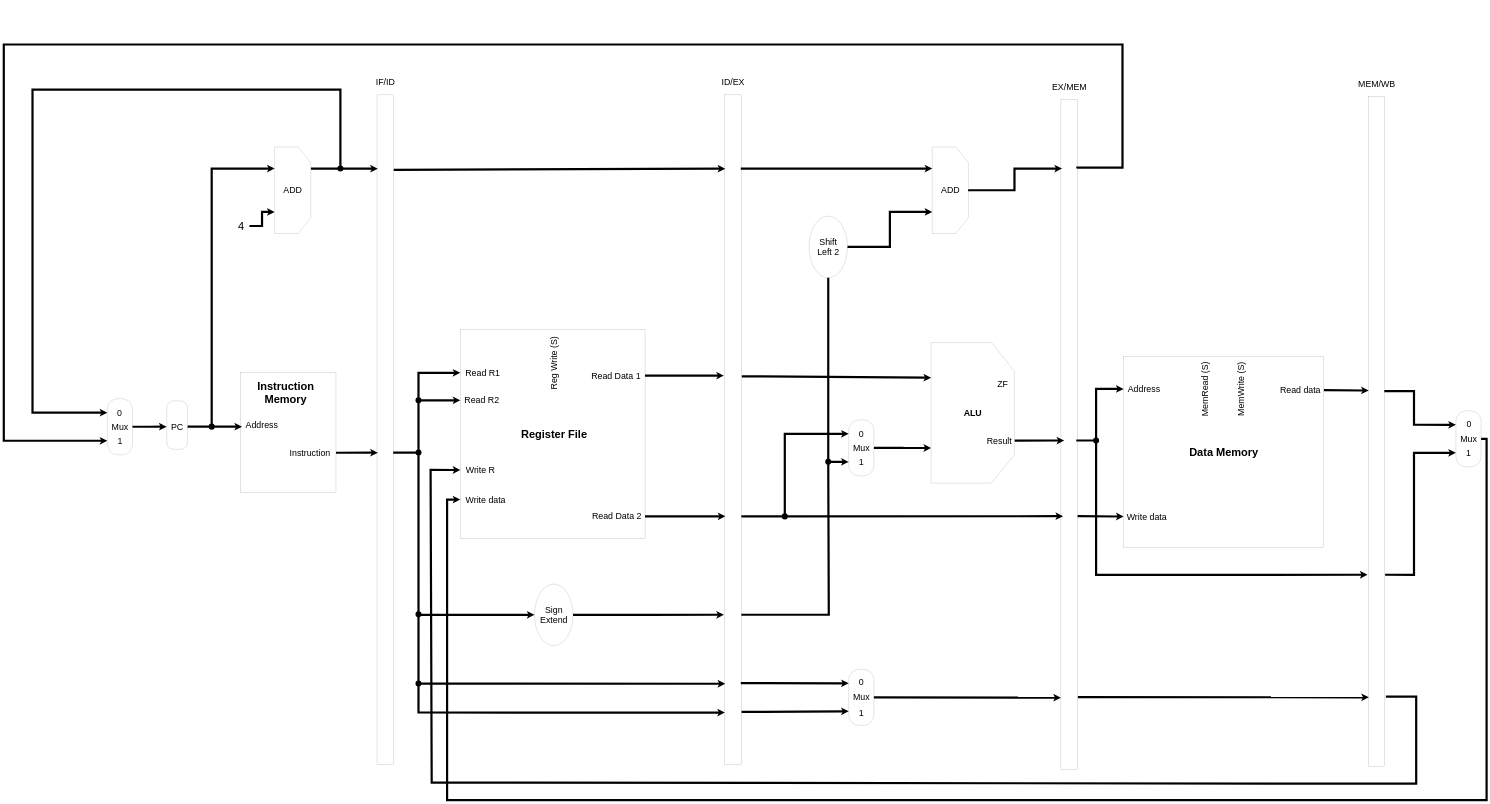
This is Diagram.drawio from Import3r/custom_pipelined_processor, a draw.io file, before an edit. Source tidied: cells renumbered, new cells numbered last; positions are measured from the earlier drawing's top-left corner, leaving out a move shared by most shapes. Both pictures are drawn from the tidied source at 11%, with x=0, y=0 at pixel (4, 30).
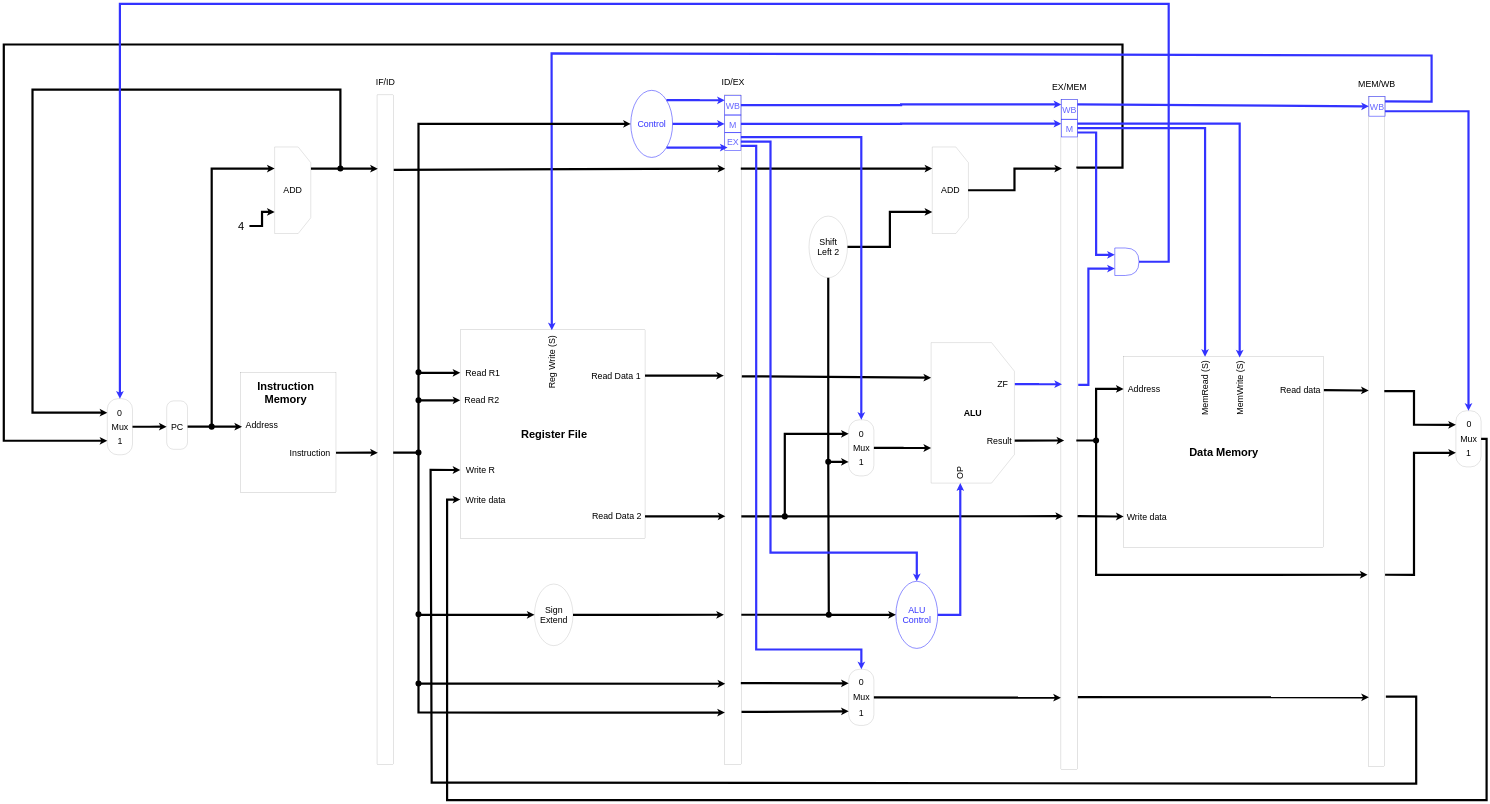
After the change.

Commit message:
Add control units with wiring - no labels

The change refers to these unchanged cells:
```xml
<mxCell id="21" style="group;fontSize=80;" parent="1" vertex="1">
  <mxGeometry x="6489.9" width="278.4" height="6678.3" as="geometry" />
</mxCell>
<mxCell id="27" style="group;fontSize=80;" parent="1" vertex="1">
  <mxGeometry x="9547.8" y="41.7" width="278.4" height="6678.3" as="geometry" />
</mxCell>
<mxCell id="28" style="rounded=0;whiteSpace=wrap;html=1;fontSize=80;" parent="27" vertex="1">
  <mxGeometry x="62.9" y="588.8" width="151" height="6089.5" as="geometry" />
</mxCell>
<mxCell id="30" style="group;fontSize=80;" parent="1" vertex="1">
  <mxGeometry x="12341.6" y="13.9" width="278.4" height="6678.3" as="geometry" />
</mxCell>
<mxCell id="34" style="rounded=1;whiteSpace=wrap;html=1;arcSize=42;fontSize=80;" parent="33" vertex="1">
  <mxGeometry x="11" y="-40" width="229" height="510" as="geometry" />
</mxCell>
<mxCell id="39" style="rounded=1;whiteSpace=wrap;html=1;arcSize=42;fontSize=80;" parent="38" vertex="1">
  <mxGeometry x="11" y="-40" width="229" height="510" as="geometry" />
</mxCell>
<mxCell id="44" style="rounded=1;whiteSpace=wrap;html=1;arcSize=42;fontSize=80;" parent="43" vertex="1">
  <mxGeometry x="11" y="-40" width="229" height="510" as="geometry" />
</mxCell>
<mxCell id="49" style="rounded=1;whiteSpace=wrap;html=1;arcSize=42;fontSize=80;" parent="48" vertex="1">
  <mxGeometry x="11" y="-40" width="229" height="510" as="geometry" />
</mxCell>
<mxCell id="67" style="group;fontSize=80;fillColor=none;" parent="1" vertex="1">
  <mxGeometry x="4150" y="2725" width="1679.3" height="1899.4" as="geometry" />
</mxCell>
<mxCell id="79" style="group;" parent="1" vertex="1">
  <mxGeometry x="10180" y="2970" width="1820.7" height="1731.4" as="geometry" />
</mxCell>
<mxCell id="89" style="group;" parent="1" vertex="1">
  <mxGeometry x="8430" y="2840" width="761.3" height="1277.5" as="geometry" />
</mxCell>
<mxCell id="92" value="&lt;font style=&quot;font-size: 80px;&quot;&gt;ZF&lt;br style=&quot;font-size: 80px;&quot;&gt;&lt;/font&gt;" style="text;html=1;strokeColor=none;fillColor=none;align=center;verticalAlign=middle;whiteSpace=wrap;rounded=0;fontStyle=0;fontSize=80;" parent="89" vertex="1">
  <mxGeometry x="540" y="289.9" width="221.3" height="174.7" as="geometry" />
</mxCell>
```

Change to the diagram source:
```diff
@@
+    <mxCell id="118" style="group;" parent="21" vertex="1">
+      <mxGeometry x="64.2" y="610" width="150.1" height="482.3" as="geometry" />
+    </mxCell>
+    <mxCell id="119" value="&lt;font style=&quot;font-size: 80px&quot;&gt;WB&lt;/font&gt;" style="rounded=0;whiteSpace=wrap;html=1;strokeColor=#3333FF;strokeWidth=5;fillColor=none;fontSize=100;fontColor=#6666FF;" parent="118" vertex="1">
+      <mxGeometry y="-17.7" width="147.1" height="178.8" as="geometry" />
+    </mxCell>
+    <mxCell id="120" value="&lt;font style=&quot;font-size: 80px&quot;&gt;M&lt;/font&gt;" style="rounded=0;whiteSpace=wrap;html=1;strokeColor=#3333FF;strokeWidth=5;fillColor=none;fontSize=100;fontColor=#6666FF;" parent="118" vertex="1">
+      <mxGeometry y="161.1" width="147.1" height="161.2" as="geometry" />
+    </mxCell>
+    <mxCell id="121" value="&lt;font style=&quot;font-size: 80px&quot;&gt;EX&lt;/font&gt;" style="rounded=0;whiteSpace=wrap;html=1;strokeColor=#3333FF;strokeWidth=5;fillColor=none;fontSize=100;fontColor=#6666FF;" parent="118" vertex="1">
+      <mxGeometry y="322.3" width="147.1" height="160" as="geometry" />
+    </mxCell>
@@
+    <mxCell id="122" style="group;" parent="27" vertex="1">
+      <mxGeometry x="65.7" y="588.8" width="147.1" height="340" as="geometry" />
+    </mxCell>
+    <mxCell id="123" value="&lt;font style=&quot;font-size: 80px&quot;&gt;WB&lt;/font&gt;" style="rounded=0;whiteSpace=wrap;html=1;strokeColor=#3333FF;strokeWidth=5;fillColor=none;fontSize=100;fontColor=#6666FF;" parent="122" vertex="1">
+      <mxGeometry width="147.1" height="178.8" as="geometry" />
+    </mxCell>
+    <mxCell id="124" value="&lt;font style=&quot;font-size: 80px&quot;&gt;M&lt;/font&gt;" style="rounded=0;whiteSpace=wrap;html=1;strokeColor=#3333FF;strokeWidth=5;fillColor=none;fontSize=100;fontColor=#6666FF;" parent="122" vertex="1">
+      <mxGeometry y="178.8" width="147.1" height="161.2" as="geometry" />
+    </mxCell>
@@
+    <mxCell id="125" value="&lt;font style=&quot;font-size: 80px&quot;&gt;WB&lt;/font&gt;" style="rounded=0;whiteSpace=wrap;html=1;strokeColor=#3333FF;strokeWidth=5;fillColor=none;fontSize=100;fontColor=#6666FF;" parent="30" vertex="1">
+      <mxGeometry x="68.4" y="588.8" width="147.1" height="178.8" as="geometry" />
+    </mxCell>
@@
     <mxCell id="76" value="&lt;font style=&quot;font-size: 80px;&quot;&gt;Reg Write (S)&lt;br style=&quot;font-size: 80px;&quot;&gt;&lt;/font&gt;" style="text;html=1;strokeColor=none;fillColor=none;align=center;verticalAlign=middle;whiteSpace=wrap;rounded=0;rotation=-90;fontSize=80;" parent="67" vertex="1">
-      <mxGeometry x="590" y="229.8" width="524.3" height="140" as="geometry" />
+      <mxGeometry x="545" y="220" width="574.3" height="140" as="geometry" />
     </mxCell>
@@
     <mxCell id="85" value="&lt;font style=&quot;font-size: 80px&quot;&gt;MemWrite (S)&lt;br style=&quot;font-size: 80px&quot;&gt;&lt;/font&gt;" style="text;html=1;strokeColor=none;fillColor=none;align=center;verticalAlign=middle;whiteSpace=wrap;rounded=0;fontStyle=0;fontSize=80;rotation=-90;" parent="79" vertex="1">
-      <mxGeometry x="820.7" y="201.4" width="500" height="180" as="geometry" />
+      <mxGeometry x="780" y="190" width="550.7" height="180" as="geometry" />
     </mxCell>
     <mxCell id="86" value="&lt;font style=&quot;font-size: 80px&quot;&gt;MemRead (S)&lt;br style=&quot;font-size: 80px&quot;&gt;&lt;/font&gt;" style="text;html=1;strokeColor=none;fillColor=none;align=center;verticalAlign=middle;whiteSpace=wrap;rounded=0;fontStyle=0;fontSize=80;rotation=-90;" parent="79" vertex="1">
-      <mxGeometry x="480.7" y="201.4" width="520" height="180" as="geometry" />
+      <mxGeometry x="460.4" y="190" width="560.7" height="180" as="geometry" />
     </mxCell>
@@
+    <mxCell id="126" value="&lt;font style=&quot;font-size: 80px&quot;&gt;OP&lt;br style=&quot;font-size: 80px&quot;&gt;&lt;/font&gt;" style="text;html=1;strokeColor=none;fillColor=none;align=center;verticalAlign=middle;whiteSpace=wrap;rounded=0;fontStyle=0;fontSize=80;rotation=-90;" parent="89" vertex="1">
+      <mxGeometry x="170" y="1094.7" width="190.6" height="174.7" as="geometry" />
+    </mxCell>
@@
+    <mxCell id="127" style="endArrow=classic;html=1;strokeWidth=20;fontSize=100;strokeColor=#3333FF;exitX=1;exitY=0.25;exitDx=0;exitDy=0;rounded=0;" parent="1" edge="1" source="125" target="76">
+      <mxGeometry relative="1" as="geometry">
+        <Array as="points">
+          <mxPoint x="12980" y="650" />
+          <mxPoint x="12980" y="230" />
+          <mxPoint x="4980" y="210" />
+        </Array>
+      </mxGeometry>
+    </mxCell>
+    <mxCell id="128" style="group;" parent="1" vertex="1">
+      <mxGeometry x="5700" y="546.7" width="380" height="610" as="geometry" />
+    </mxCell>
+    <mxCell id="129" style="ellipse;whiteSpace=wrap;html=1;fillColor=none;fontSize=100;strokeColor=#3333FF;strokeWidth=5;" parent="128" vertex="1">
+      <mxGeometry width="380" height="610" as="geometry" />
+    </mxCell>
+    <mxCell id="130" value="&lt;font style=&quot;font-size: 80px&quot;&gt;Control&lt;br style=&quot;font-size: 80px&quot;&gt;&lt;/font&gt;" style="text;html=1;align=center;verticalAlign=middle;whiteSpace=wrap;rounded=0;fontSize=80;fontColor=#3333FF;" parent="128" vertex="1">
+      <mxGeometry x="79.4" y="217.6" width="221.3" height="174.7" as="geometry" />
+    </mxCell>
+    <mxCell id="131" style="group;" parent="1" vertex="1">
+      <mxGeometry x="8110" y="5010" width="380" height="610" as="geometry" />
+    </mxCell>
+    <mxCell id="132" style="ellipse;whiteSpace=wrap;html=1;fillColor=none;fontSize=100;strokeColor=#3333FF;strokeWidth=5;" parent="131" vertex="1">
+      <mxGeometry width="380" height="610" as="geometry" />
+    </mxCell>
+    <mxCell id="133" value="&lt;font style=&quot;font-size: 80px&quot;&gt;ALU Control&lt;br style=&quot;font-size: 80px&quot;&gt;&lt;/font&gt;" style="text;html=1;align=center;verticalAlign=middle;whiteSpace=wrap;rounded=0;fontSize=80;fontColor=#3333FF;" parent="131" vertex="1">
+      <mxGeometry x="79.4" y="217.6" width="221.3" height="174.7" as="geometry" />
+    </mxCell>
+    <mxCell id="134" style="edgeStyle=orthogonalEdgeStyle;rounded=0;jettySize=auto;html=1;exitX=1;exitY=0.5;exitDx=0;exitDy=0;entryX=0;entryY=0.25;entryDx=0;entryDy=0;startArrow=none;startFill=0;startSize=35;endArrow=classic;endFill=1;endSize=6;strokeColor=#3333FF;strokeWidth=20;fontSize=100;fontColor=#6666FF;" parent="1" edge="1" source="119" target="123">
+      <mxGeometry relative="1" as="geometry" />
+    </mxCell>
+    <mxCell id="135" style="edgeStyle=orthogonalEdgeStyle;rounded=0;jettySize=auto;html=1;exitX=1;exitY=0.5;exitDx=0;exitDy=0;entryX=0;entryY=0.25;entryDx=0;entryDy=0;startArrow=none;startFill=0;startSize=35;endArrow=classic;endFill=1;endSize=6;strokeColor=#3333FF;strokeWidth=20;fontSize=100;fontColor=#6666FF;" parent="1" edge="1" source="120" target="124">
+      <mxGeometry relative="1" as="geometry" />
+    </mxCell>
+    <mxCell id="136" style="endArrow=classic;html=1;strokeColor=#3333FF;strokeWidth=20;fontSize=100;fontColor=#6666FF;entryX=0;entryY=0.5;entryDx=0;entryDy=0;exitX=1;exitY=0.25;exitDx=0;exitDy=0;" parent="1" edge="1" source="123" target="125">
+      <mxGeometry relative="1" as="geometry" />
+    </mxCell>
+    <mxCell id="137" style="edgeStyle=orthogonalEdgeStyle;rounded=0;jettySize=auto;html=1;exitX=1;exitY=0;exitDx=0;exitDy=0;entryX=0;entryY=0.25;entryDx=0;entryDy=0;startArrow=none;startFill=0;startSize=35;endArrow=classic;endFill=1;endSize=6;strokeColor=#3333FF;strokeWidth=20;fontSize=100;fontColor=#6666FF;" parent="1" edge="1" source="129" target="119">
+      <mxGeometry relative="1" as="geometry" />
+    </mxCell>
+    <mxCell id="138" style="edgeStyle=orthogonalEdgeStyle;rounded=0;jettySize=auto;html=1;exitX=1;exitY=0.5;exitDx=0;exitDy=0;entryX=0;entryY=0.5;entryDx=0;entryDy=0;startArrow=none;startFill=0;startSize=35;endArrow=classic;endFill=1;endSize=6;strokeColor=#3333FF;strokeWidth=20;fontSize=100;fontColor=#6666FF;" parent="1" edge="1" source="129" target="120">
+      <mxGeometry relative="1" as="geometry" />
+    </mxCell>
+    <mxCell id="139" style="edgeStyle=orthogonalEdgeStyle;rounded=0;jettySize=auto;html=1;exitX=1;exitY=1;exitDx=0;exitDy=0;startArrow=none;startFill=0;startSize=35;endArrow=classic;endFill=1;endSize=6;strokeColor=#3333FF;strokeWidth=20;fontSize=100;fontColor=#6666FF;" parent="1" edge="1" source="129">
+      <mxGeometry relative="1" as="geometry">
+        <mxPoint x="6580" y="1067" as="targetPoint" />
+      </mxGeometry>
+    </mxCell>
+    <mxCell id="140" style="edgeStyle=orthogonalEdgeStyle;rounded=0;jettySize=auto;html=1;exitX=1;exitY=0.75;exitDx=0;exitDy=0;startArrow=none;startFill=0;startSize=35;endArrow=classic;endFill=1;endSize=6;strokeColor=#3333FF;strokeWidth=20;fontSize=100;fontColor=#6666FF;" parent="1" edge="1" source="121" target="44">
+      <mxGeometry relative="1" as="geometry">
+        <Array as="points">
+          <mxPoint x="6840" y="1052" />
+          <mxPoint x="6840" y="5630" />
+          <mxPoint x="7796" y="5630" />
+        </Array>
+      </mxGeometry>
+    </mxCell>
+    <mxCell id="141" style="edgeStyle=orthogonalEdgeStyle;rounded=0;jettySize=auto;html=1;exitX=1;exitY=0.5;exitDx=0;exitDy=0;entryX=0.5;entryY=0;entryDx=0;entryDy=0;startArrow=none;startFill=0;startSize=35;endArrow=classic;endFill=1;endSize=6;strokeColor=#3333FF;strokeWidth=20;fontSize=100;fontColor=#6666FF;" parent="1" edge="1" source="121" target="132">
+      <mxGeometry relative="1" as="geometry">
+        <Array as="points">
+          <mxPoint x="6970" y="1012" />
+          <mxPoint x="6970" y="4750" />
+          <mxPoint x="8300" y="4750" />
+        </Array>
+      </mxGeometry>
+    </mxCell>
+    <mxCell id="142" style="edgeStyle=orthogonalEdgeStyle;rounded=0;jettySize=auto;html=1;exitX=1;exitY=0.5;exitDx=0;exitDy=0;entryX=0;entryY=0.5;entryDx=0;entryDy=0;startArrow=none;startFill=0;startSize=35;endArrow=classic;endFill=1;endSize=6;strokeColor=#3333FF;strokeWidth=20;fontSize=100;fontColor=#6666FF;" parent="1" edge="1" source="132" target="126">
+      <mxGeometry relative="1" as="geometry" />
+    </mxCell>
+    <mxCell id="143" style="endArrow=classic;html=1;strokeWidth=20;fontSize=100;rounded=0;endFill=1;endSize=6;entryX=0;entryY=0.5;entryDx=0;entryDy=0;startArrow=oval;startFill=1;startSize=35;" parent="1" edge="1" target="132">
+      <mxGeometry relative="1" as="geometry">
+        <mxPoint x="7500" y="5315" as="sourcePoint" />
+      </mxGeometry>
+    </mxCell>
+    <mxCell id="144" style="edgeStyle=orthogonalEdgeStyle;rounded=0;jettySize=auto;html=1;exitX=1;exitY=0.25;exitDx=0;exitDy=0;startArrow=none;startFill=0;startSize=35;endArrow=classic;endFill=1;endSize=6;strokeColor=#3333FF;strokeWidth=20;fontSize=100;fontColor=#6666FF;" parent="1" edge="1" source="121" target="34">
+      <mxGeometry relative="1" as="geometry" />
+    </mxCell>
+    <mxCell id="145" style="endArrow=classic;html=1;strokeWidth=20;fontSize=100;entryX=0;entryY=0.5;entryDx=0;entryDy=0;startArrow=oval;startFill=1;startSize=35;rounded=0;" parent="1" edge="1" target="129">
+      <mxGeometry relative="1" as="geometry">
+        <mxPoint x="3770" y="3110" as="sourcePoint" />
+        <Array as="points">
+          <mxPoint x="3770" y="852" />
+        </Array>
+      </mxGeometry>
+    </mxCell>
+    <mxCell id="146" style="edgeStyle=orthogonalEdgeStyle;rounded=0;jettySize=auto;html=1;exitX=1;exitY=0.75;exitDx=0;exitDy=0;entryX=0.5;entryY=0;entryDx=0;entryDy=0;startArrow=none;startFill=0;startSize=35;endArrow=classic;endFill=1;endSize=6;strokeColor=#3333FF;strokeWidth=20;fontSize=100;fontColor=#6666FF;" parent="1" edge="1" source="125" target="49">
+      <mxGeometry relative="1" as="geometry" />
+    </mxCell>
+    <mxCell id="147" style="edgeStyle=orthogonalEdgeStyle;rounded=0;jettySize=auto;html=1;exitX=1;exitY=0.5;exitDx=0;exitDy=0;startArrow=none;startFill=0;startSize=35;endArrow=classic;endFill=1;endSize=6;strokeColor=#3333FF;strokeWidth=20;fontSize=100;fontColor=#6666FF;" parent="1" edge="1" source="124" target="86">
+      <mxGeometry relative="1" as="geometry" />
+    </mxCell>
+    <mxCell id="148" style="edgeStyle=orthogonalEdgeStyle;rounded=0;jettySize=auto;html=1;exitX=1;exitY=0.25;exitDx=0;exitDy=0;entryX=1;entryY=0.5;entryDx=0;entryDy=0;startArrow=none;startFill=0;startSize=35;endArrow=classic;endFill=1;endSize=6;strokeColor=#3333FF;strokeWidth=20;fontSize=100;fontColor=#6666FF;" parent="1" edge="1" source="124" target="85">
+      <mxGeometry relative="1" as="geometry" />
+    </mxCell>
+    <mxCell id="149" style="edgeStyle=orthogonalEdgeStyle;rounded=0;jettySize=auto;html=1;exitX=1;exitY=0.5;exitDx=0;exitDy=0;entryX=0.5;entryY=0;entryDx=0;entryDy=0;startArrow=none;startFill=0;startSize=35;endArrow=classic;endFill=1;endSize=6;strokeColor=#3333FF;strokeWidth=20;fontSize=100;fontColor=#6666FF;" parent="1" edge="1" source="150" target="39">
+      <mxGeometry relative="1" as="geometry">
+        <Array as="points">
+          <mxPoint x="10590" y="2105" />
+          <mxPoint x="10590" y="-240" />
+          <mxPoint x="1056" y="-240" />
+        </Array>
+      </mxGeometry>
+    </mxCell>
+    <mxCell id="150" style="shape=delay;whiteSpace=wrap;html=1;strokeColor=#3333FF;strokeWidth=5;fillColor=none;fontSize=100;fontColor=#6666FF;" parent="1" vertex="1">
+      <mxGeometry x="10100" y="1980" width="220" height="250" as="geometry" />
+    </mxCell>
+    <mxCell id="151" style="edgeStyle=orthogonalEdgeStyle;rounded=0;jettySize=auto;html=1;exitX=1;exitY=0.75;exitDx=0;exitDy=0;entryX=0;entryY=0.25;entryDx=0;entryDy=0;startArrow=none;startFill=0;startSize=35;endArrow=classic;endFill=1;endSize=6;strokeColor=#3333FF;strokeWidth=20;fontSize=100;fontColor=#6666FF;" parent="1" edge="1" source="124" target="150">
+      <mxGeometry relative="1" as="geometry" />
+    </mxCell>
+    <mxCell id="152" style="edgeStyle=orthogonalEdgeStyle;rounded=0;jettySize=auto;html=1;exitX=1;exitY=0.5;exitDx=0;exitDy=0;entryX=0.061;entryY=0.425;entryDx=0;entryDy=0;entryPerimeter=0;startArrow=none;startFill=0;startSize=35;endArrow=classic;endFill=1;endSize=6;strokeColor=#3333FF;strokeWidth=20;fontSize=100;fontColor=#6666FF;" parent="1" edge="1" source="92" target="28">
+      <mxGeometry relative="1" as="geometry" />
+    </mxCell>
+    <mxCell id="153" style="endArrow=classic;html=1;strokeColor=#3333FF;strokeWidth=20;fontSize=100;fontColor=#6666FF;entryX=0;entryY=0.75;entryDx=0;entryDy=0;exitX=1.041;exitY=0.426;exitDx=0;exitDy=0;exitPerimeter=0;rounded=0;jumpStyle=none;" parent="1" edge="1" source="28" target="150">
+      <mxGeometry relative="1" as="geometry">
+        <Array as="points">
+          <mxPoint x="9860" y="3225" />
+          <mxPoint x="9860" y="2168" />
+        </Array>
+      </mxGeometry>
+    </mxCell>
```
